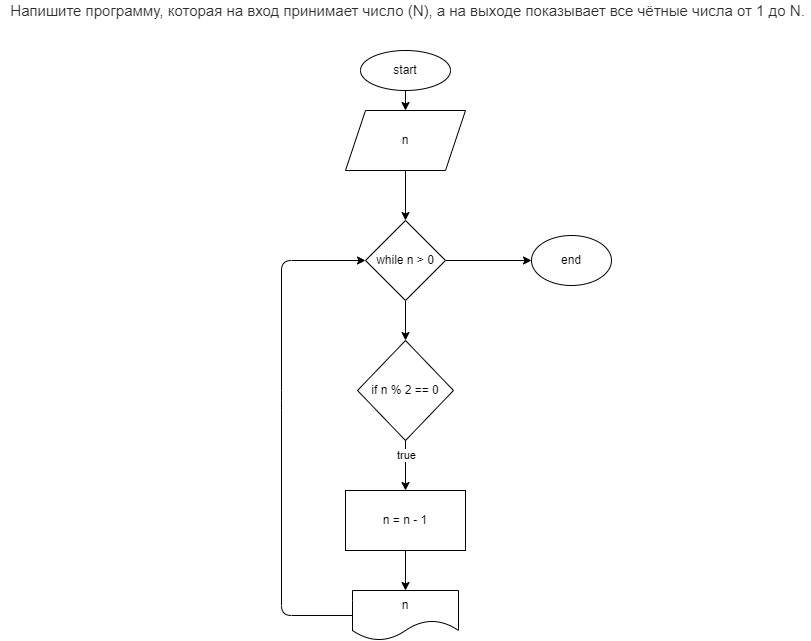
Earlier version of the draw.io export Homework01/Ex03/diagram.drawio.png (dcrug27/CSharp). Source tidied: cells renumbered, new cells last; positions are measured from the earlier drawing's top-left corner, leaving out a move shared by most shapes.
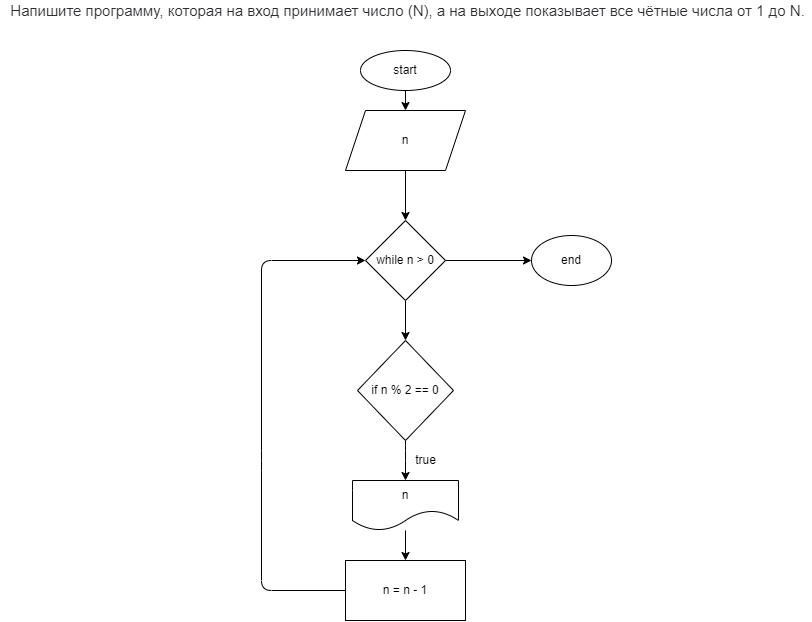
The same file after the commit.

Commit message:
Hw01 Ex03 - чётные числа от 1 до N

Diff of the diagram source:
```diff
@@ -26,35 +26,39 @@
     <mxCell id="9" value="while n &amp;gt; 0" style="rhombus;whiteSpace=wrap;html=1;" parent="1" vertex="1">
       <mxGeometry x="365" y="220" width="80" height="80" as="geometry" />
     </mxCell>
-    <mxCell id="10" style="edgeStyle=none;html=1;" parent="1" edge="1" source="12" target="14">
-      <mxGeometry relative="1" as="geometry" />
-    </mxCell>
-    <mxCell id="11" value="true" style="edgeLabel;html=1;align=center;verticalAlign=middle;" parent="10" vertex="1">
-      <mxGeometry x="-0.44" relative="1" as="geometry" />
-    </mxCell>
+    <mxCell id="18" style="edgeStyle=none;html=1;" parent="1" edge="1" source="12" target="16">
+      <mxGeometry relative="1" as="geometry">
+        <Array as="points">
+          <mxPoint x="405" y="450" />
+        </Array>
+      </mxGeometry>
+    </mxCell>
     <mxCell id="12" value="if n % 2 == 0" style="rhombus;whiteSpace=wrap;html=1;" parent="1" vertex="1">
       <mxGeometry x="357" y="340" width="96" height="100" as="geometry" />
     </mxCell>
-    <mxCell id="13" style="edgeStyle=none;html=1;" parent="1" edge="1" source="14" target="16">
-      <mxGeometry relative="1" as="geometry" />
-    </mxCell>
+    <mxCell id="19" style="edgeStyle=none;html=1;entryX=0;entryY=0.5;entryDx=0;entryDy=0;" parent="1" edge="1" source="14" target="9">
+      <mxGeometry relative="1" as="geometry">
+        <Array as="points">
+          <mxPoint x="261" y="590" />
+          <mxPoint x="261" y="460" />
+          <mxPoint x="261" y="260" />
+        </Array>
+      </mxGeometry>
+    </mxCell>
     <mxCell id="14" value="n = n - 1" style="rounded=0;whiteSpace=wrap;html=1;" parent="1" vertex="1">
-      <mxGeometry x="345" y="490" width="120" height="60" as="geometry" />
+      <mxGeometry x="345" y="560" width="120" height="60" as="geometry" />
     </mxCell>
-    <mxCell id="15" style="edgeStyle=none;html=1;entryX=0;entryY=0.5;entryDx=0;entryDy=0;" parent="1" edge="1" source="16" target="9">
-      <mxGeometry relative="1" as="geometry">
-        <Array as="points">
-          <mxPoint x="281" y="615" />
-          <mxPoint x="281" y="400" />
-          <mxPoint x="281" y="260" />
-        </Array>
-      </mxGeometry>
-    </mxCell>
+    <mxCell id="20" style="edgeStyle=none;html=1;" parent="1" edge="1" source="16" target="14">
+      <mxGeometry relative="1" as="geometry" />
+    </mxCell>
     <mxCell id="16" value="n" style="shape=document;whiteSpace=wrap;html=1;boundedLbl=1;size=0.4;" parent="1" vertex="1">
-      <mxGeometry x="352" y="590" width="106" height="50" as="geometry" />
+      <mxGeometry x="352" y="480" width="106" height="50" as="geometry" />
     </mxCell>
     <mxCell id="17" value="end" style="ellipse;whiteSpace=wrap;html=1;" parent="1" vertex="1">
       <mxGeometry x="531" y="235" width="80" height="50" as="geometry" />
     </mxCell>
+    <mxCell id="11" value="true" style="text;html=1;align=center;verticalAlign=middle;strokeColor=none;fillColor=none;" parent="1" vertex="1">
+      <mxGeometry x="405" y="450" width="40" height="20" as="geometry" />
+    </mxCell>
   </root>
 </mxGraphModel>
```
